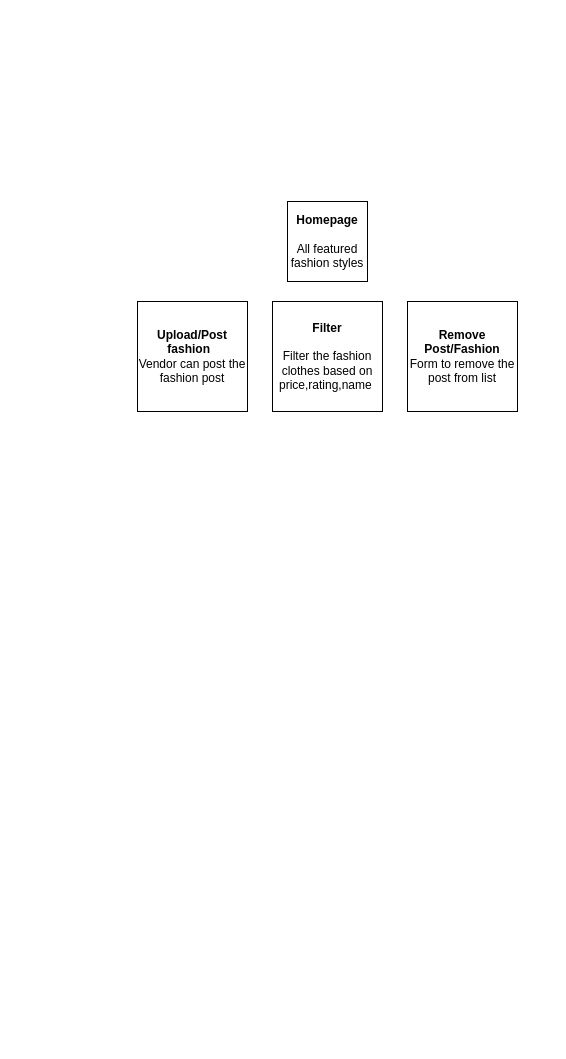
Above: LowFidilityDiagram.drawio in trentb10/COMP313-003-Team-2-Trendn (draw.io), before the change. Source tidied: cells renumbered, new cells numbered last; positions are measured from the earlier drawing's top-left corner, leaving out a move shared by most shapes. Both pictures are drawn from the tidied source at 100%, with x=0, y=0 at pixel (137, 201).
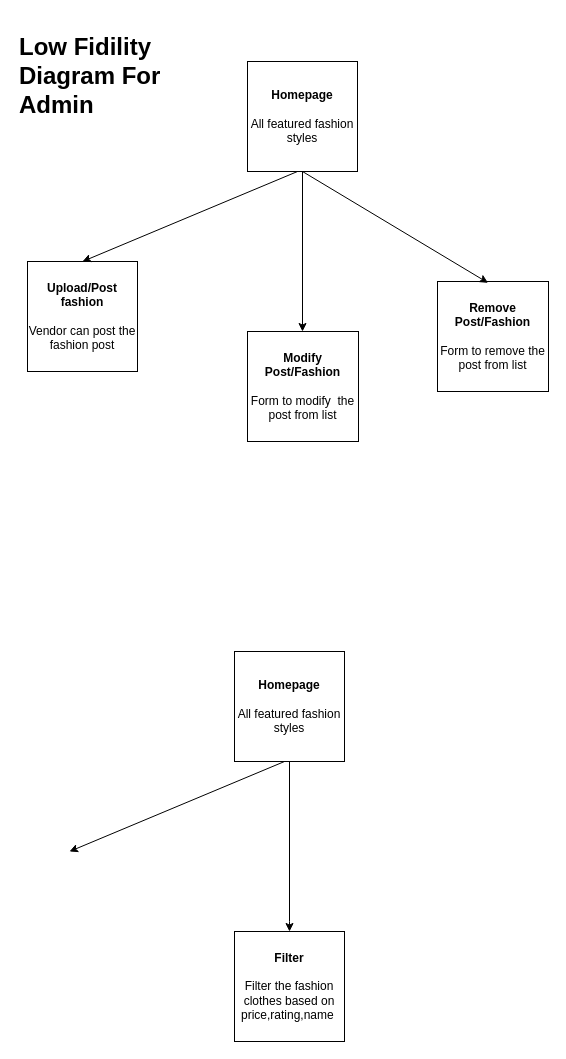
The same diagram, later.

What changed in the source:
```diff
@@
 <mxGraphModel>
   <root>
     <mxCell id="0" />
     <mxCell id="1" parent="0" />
+    <mxCell id="6" style="edgeStyle=orthogonalEdgeStyle;rounded=0;jettySize=auto;html=1;" parent="1" edge="1" source="2" target="10">
+      <mxGeometry relative="1" as="geometry">
+        <Array as="points">
+          <mxPoint x="165" y="130" />
+          <mxPoint x="165" y="130" />
+        </Array>
+      </mxGeometry>
+    </mxCell>
     <mxCell id="2" value="&lt;b&gt;Homepage&lt;/b&gt;&lt;br&gt;&lt;br&gt;All featured fashion styles" style="whiteSpace=wrap;html=1;" parent="1" vertex="1">
-      <mxGeometry x="150" width="80" height="80" as="geometry" />
+      <mxGeometry x="110" y="-140" width="110" height="110" as="geometry" />
     </mxCell>
-    <mxCell id="3" value="&lt;b&gt;Upload/Post fashion&amp;nbsp;&amp;nbsp;&lt;/b&gt;&lt;br&gt;Vendor can post the fashion post" style="whiteSpace=wrap;html=1;" parent="1" vertex="1">
-      <mxGeometry y="100" width="110" height="110" as="geometry" />
+    <mxCell id="3" value="&lt;div&gt;&lt;b&gt;Upload/Post fashion &lt;br&gt;&lt;/b&gt;&lt;/div&gt;&lt;div&gt;&lt;b&gt;&amp;nbsp;&lt;/b&gt;&lt;/div&gt;Vendor can post the fashion post" style="whiteSpace=wrap;html=1;" parent="1" vertex="1">
+      <mxGeometry x="-110" y="60" width="110" height="110" as="geometry" />
     </mxCell>
-    <mxCell id="4" value="&lt;b&gt;Remove Post/Fashion&lt;/b&gt;&lt;br&gt;Form to remove the post from list" style="whiteSpace=wrap;html=1;" parent="1" vertex="1">
-      <mxGeometry x="270" y="100" width="110" height="110" as="geometry" />
+    <mxCell id="4" value="&lt;div&gt;&lt;b&gt;Remove Post/Fashion&lt;/b&gt;&lt;/div&gt;&lt;div&gt;&lt;b&gt;&lt;br&gt;&lt;/b&gt;&lt;/div&gt;Form to remove the post from list" style="whiteSpace=wrap;html=1;" parent="1" vertex="1">
+      <mxGeometry x="300" y="80" width="111" height="110" as="geometry" />
     </mxCell>
     <mxCell id="5" value="&lt;b&gt;Filter&lt;/b&gt;&lt;br&gt;&lt;br&gt;Filter the fashion clothes based on price,rating,name&amp;nbsp;" style="whiteSpace=wrap;html=1;" parent="1" vertex="1">
-      <mxGeometry x="135" y="100" width="110" height="110" as="geometry" />
+      <mxGeometry x="97" y="730" width="110" height="110" as="geometry" />
     </mxCell>
+    <mxCell id="7" value="&lt;h1 align=&quot;left&quot;&gt;Low Fidility Diagram For Admin&lt;/h1&gt;" style="text;html=1;strokeColor=none;fillColor=none;align=left;verticalAlign=middle;whiteSpace=wrap;rounded=0;" parent="1" vertex="1">
+      <mxGeometry x="-120" y="-160" width="190" height="70" as="geometry" />
+    </mxCell>
+    <mxCell id="8" style="endArrow=classic;html=1;entryX=0.5;entryY=0;entryDx=0;entryDy=0;" parent="1" edge="1" target="3">
+      <mxGeometry relative="1" as="geometry">
+        <mxPoint x="160" y="-30" as="sourcePoint" />
+      </mxGeometry>
+    </mxCell>
+    <mxCell id="9" style="endArrow=classic;html=1;exitX=0.5;exitY=1;exitDx=0;exitDy=0;entryX=0.455;entryY=0.012;entryDx=0;entryDy=0;entryPerimeter=0;" parent="1" edge="1" source="2" target="4">
+      <mxGeometry relative="1" as="geometry" />
+    </mxCell>
+    <mxCell id="10" value="&lt;div&gt;&lt;b&gt;Modify Post/Fashion&lt;/b&gt;&lt;/div&gt;&lt;br&gt;Form to modify&amp;nbsp; the post from list" style="whiteSpace=wrap;html=1;" parent="1" vertex="1">
+      <mxGeometry x="110" y="130" width="111" height="110" as="geometry" />
+    </mxCell>
+    <mxCell id="11" style="edgeStyle=orthogonalEdgeStyle;rounded=0;jettySize=auto;html=1;" parent="1" edge="1" source="12">
+      <mxGeometry relative="1" as="geometry">
+        <mxPoint x="152" y="730" as="targetPoint" />
+        <Array as="points">
+          <mxPoint x="152" y="720" />
+          <mxPoint x="152" y="720" />
+        </Array>
+      </mxGeometry>
+    </mxCell>
+    <mxCell id="12" value="&lt;b&gt;Homepage&lt;/b&gt;&lt;br&gt;&lt;br&gt;All featured fashion styles" style="whiteSpace=wrap;html=1;" parent="1" vertex="1">
+      <mxGeometry x="97" y="450" width="110" height="110" as="geometry" />
+    </mxCell>
+    <mxCell id="13" style="endArrow=classic;html=1;entryX=0.5;entryY=0;entryDx=0;entryDy=0;" parent="1" edge="1">
+      <mxGeometry relative="1" as="geometry">
+        <mxPoint x="147" y="560" as="sourcePoint" />
+        <mxPoint x="-68" y="650" as="targetPoint" />
+      </mxGeometry>
+    </mxCell>
   </root>
 </mxGraphModel>
```
